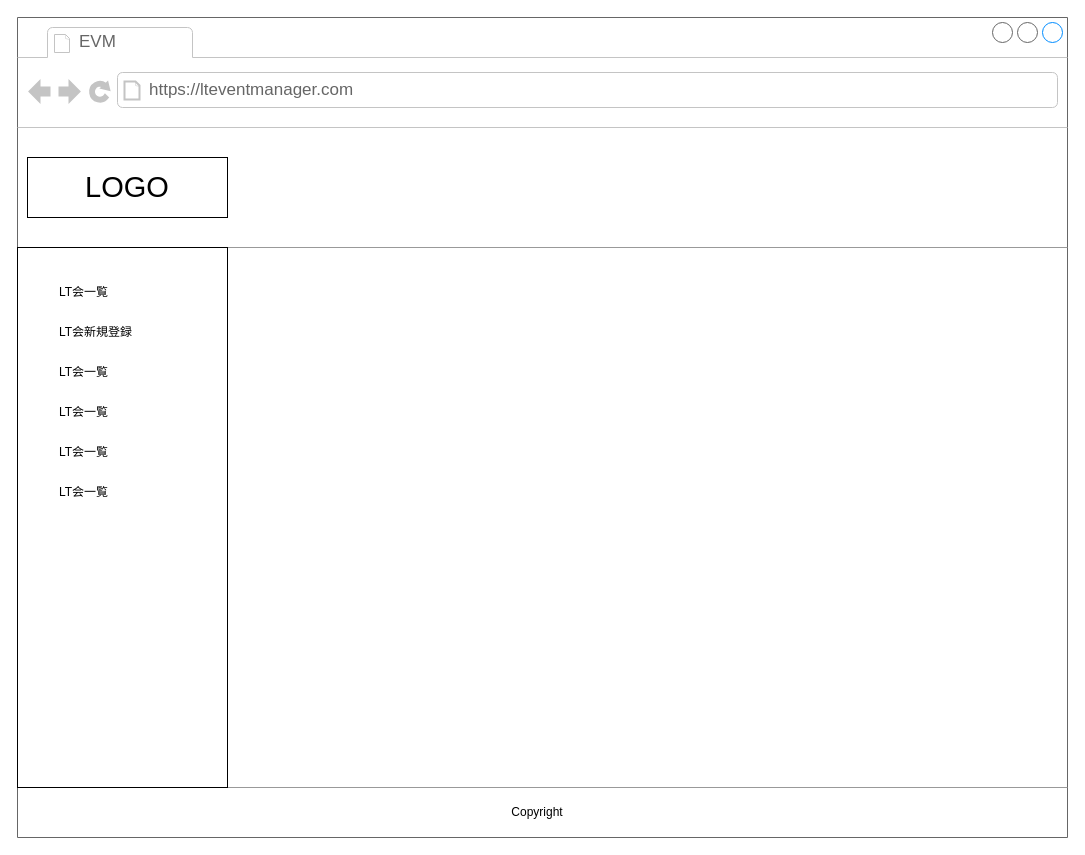
Before: documents/名称未設定ファイル.drawio in dt-torachan/lteventmanager, a draw.io diagram. Source tidied: cells renumbered, new cells numbered last; positions are measured from the earlier drawing's top-left corner, leaving out a move shared by most shapes. Both pictures are drawn from the tidied source at 100%, with x=0, y=0 at pixel (17, 17).
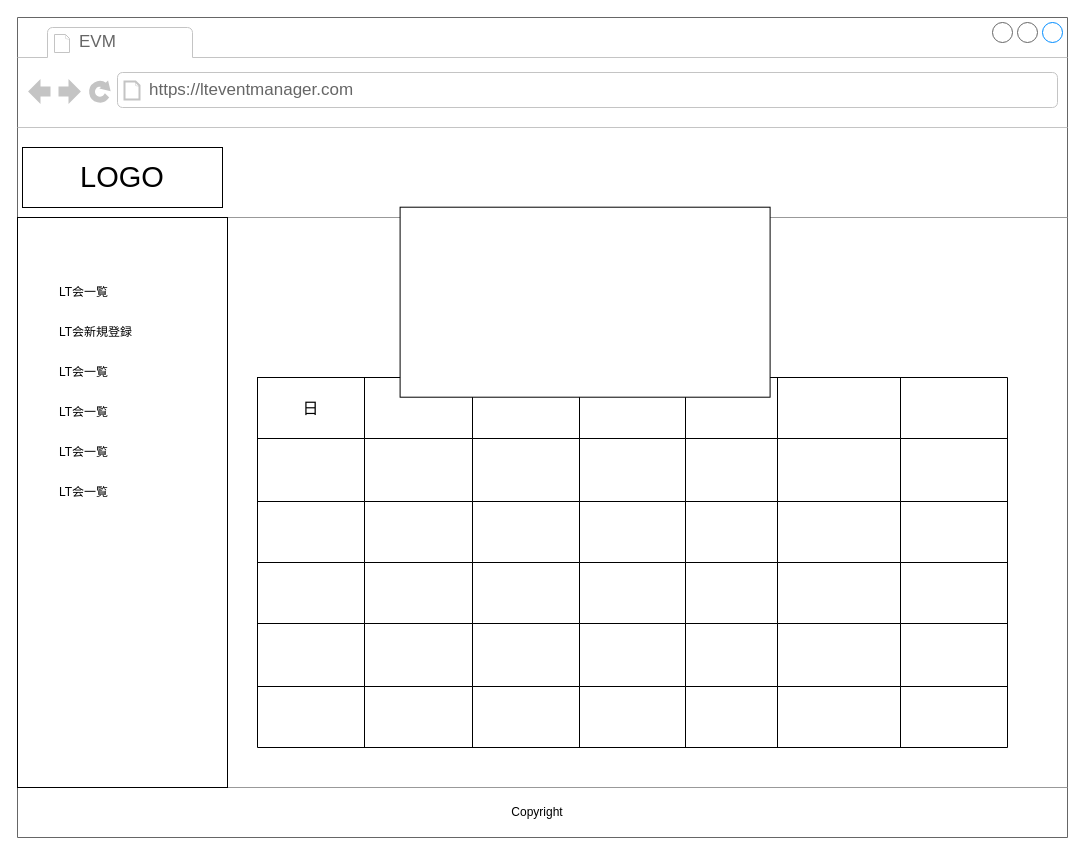
The same diagram, later.

Commit message:
名称未設定ファイル.drawio を更新します

Unchanged cells that the change refers to:
```xml
<mxCell id="2" style="strokeWidth=1;shadow=0;dashed=0;align=center;html=1;shape=mxgraph.mockup.containers.browserWindow;rSize=0;strokeColor=#666666;mainText=,;rounded=0;labelBackgroundColor=none;fontFamily=Verdana;fontSize=12;" parent="1" vertex="1">
  <mxGeometry width="1050" height="820" as="geometry" />
</mxCell>
```

Change to the diagram source:
```diff
@@
+    <mxCell id="16" style="shape=table;startSize=0;childLayout=tableLayout;fontSize=16;" parent="1" vertex="1">
+      <mxGeometry x="240" y="360" width="750" height="370" as="geometry" />
+    </mxCell>
+    <mxCell id="17" style="shape=tableRow;horizontal=0;startSize=0;swimlaneHead=0;swimlaneBody=0;strokeColor=inherit;top=0;left=0;bottom=0;right=0;fillColor=none;fontSize=16;" parent="16" vertex="1">
+      <mxGeometry width="750" height="61" as="geometry" />
+    </mxCell>
+    <mxCell id="18" value="日" style="shape=partialRectangle;html=1;whiteSpace=wrap;strokeColor=inherit;overflow=hidden;fillColor=none;top=0;left=0;bottom=0;right=0;fontSize=16;" parent="17" vertex="1">
+      <mxGeometry width="107" height="61" as="geometry" />
+    </mxCell>
+    <mxCell id="19" style="shape=partialRectangle;html=1;whiteSpace=wrap;strokeColor=inherit;overflow=hidden;fillColor=none;top=0;left=0;bottom=0;right=0;fontSize=16;" parent="17" vertex="1">
+      <mxGeometry x="107" width="108" height="61" as="geometry" />
+    </mxCell>
+    <mxCell id="20" style="shape=partialRectangle;html=1;whiteSpace=wrap;strokeColor=inherit;overflow=hidden;fillColor=none;top=0;left=0;bottom=0;right=0;fontSize=16;" parent="17" vertex="1">
+      <mxGeometry x="215" width="107" height="61" as="geometry" />
+    </mxCell>
+    <mxCell id="21" style="shape=partialRectangle;html=1;whiteSpace=wrap;strokeColor=inherit;overflow=hidden;fillColor=none;top=0;left=0;bottom=0;right=0;fontSize=16;" parent="17" vertex="1">
+      <mxGeometry x="322" width="106" height="61" as="geometry" />
+    </mxCell>
+    <mxCell id="22" style="shape=partialRectangle;html=1;whiteSpace=wrap;strokeColor=inherit;overflow=hidden;fillColor=none;top=0;left=0;bottom=0;right=0;fontSize=16;" parent="17" vertex="1">
+      <mxGeometry x="428" width="92" height="61" as="geometry" />
+    </mxCell>
+    <mxCell id="23" style="shape=partialRectangle;html=1;whiteSpace=wrap;strokeColor=inherit;overflow=hidden;fillColor=none;top=0;left=0;bottom=0;right=0;fontSize=16;" parent="17" vertex="1">
+      <mxGeometry x="520" width="123" height="61" as="geometry" />
+    </mxCell>
+    <mxCell id="24" style="shape=partialRectangle;html=1;whiteSpace=wrap;strokeColor=inherit;overflow=hidden;fillColor=none;top=0;left=0;bottom=0;right=0;fontSize=16;" parent="17" vertex="1">
+      <mxGeometry x="643" width="107" height="61" as="geometry" />
+    </mxCell>
+    <mxCell id="25" style="shape=tableRow;horizontal=0;startSize=0;swimlaneHead=0;swimlaneBody=0;strokeColor=inherit;top=0;left=0;bottom=0;right=0;fillColor=none;fontSize=16;" parent="16" vertex="1">
+      <mxGeometry y="61" width="750" height="63" as="geometry" />
+    </mxCell>
+    <mxCell id="26" style="shape=partialRectangle;html=1;whiteSpace=wrap;strokeColor=inherit;overflow=hidden;fillColor=none;top=0;left=0;bottom=0;right=0;fontSize=16;" parent="25" vertex="1">
+      <mxGeometry width="107" height="63" as="geometry" />
+    </mxCell>
+    <mxCell id="27" style="shape=partialRectangle;html=1;whiteSpace=wrap;strokeColor=inherit;overflow=hidden;fillColor=none;top=0;left=0;bottom=0;right=0;fontSize=16;" parent="25" vertex="1">
+      <mxGeometry x="107" width="108" height="63" as="geometry" />
+    </mxCell>
+    <mxCell id="28" style="shape=partialRectangle;html=1;whiteSpace=wrap;strokeColor=inherit;overflow=hidden;fillColor=none;top=0;left=0;bottom=0;right=0;fontSize=16;" parent="25" vertex="1">
+      <mxGeometry x="215" width="107" height="63" as="geometry" />
+    </mxCell>
+    <mxCell id="29" style="shape=partialRectangle;html=1;whiteSpace=wrap;strokeColor=inherit;overflow=hidden;fillColor=none;top=0;left=0;bottom=0;right=0;fontSize=16;" parent="25" vertex="1">
+      <mxGeometry x="322" width="106" height="63" as="geometry" />
+    </mxCell>
+    <mxCell id="30" style="shape=partialRectangle;html=1;whiteSpace=wrap;strokeColor=inherit;overflow=hidden;fillColor=none;top=0;left=0;bottom=0;right=0;fontSize=16;" parent="25" vertex="1">
+      <mxGeometry x="428" width="92" height="63" as="geometry" />
+    </mxCell>
+    <mxCell id="31" style="shape=partialRectangle;html=1;whiteSpace=wrap;strokeColor=inherit;overflow=hidden;fillColor=none;top=0;left=0;bottom=0;right=0;fontSize=16;" parent="25" vertex="1">
+      <mxGeometry x="520" width="123" height="63" as="geometry" />
+    </mxCell>
+    <mxCell id="32" style="shape=partialRectangle;html=1;whiteSpace=wrap;strokeColor=inherit;overflow=hidden;fillColor=none;top=0;left=0;bottom=0;right=0;fontSize=16;" parent="25" vertex="1">
+      <mxGeometry x="643" width="107" height="63" as="geometry" />
+    </mxCell>
+    <mxCell id="33" style="shape=tableRow;horizontal=0;startSize=0;swimlaneHead=0;swimlaneBody=0;strokeColor=inherit;top=0;left=0;bottom=0;right=0;fillColor=none;fontSize=16;" parent="16" vertex="1">
+      <mxGeometry y="124" width="750" height="61" as="geometry" />
+    </mxCell>
+    <mxCell id="34" style="shape=partialRectangle;html=1;whiteSpace=wrap;strokeColor=inherit;overflow=hidden;fillColor=none;top=0;left=0;bottom=0;right=0;fontSize=16;" parent="33" vertex="1">
+      <mxGeometry width="107" height="61" as="geometry" />
+    </mxCell>
+    <mxCell id="35" style="shape=partialRectangle;html=1;whiteSpace=wrap;strokeColor=inherit;overflow=hidden;fillColor=none;top=0;left=0;bottom=0;right=0;fontSize=16;" parent="33" vertex="1">
+      <mxGeometry x="107" width="108" height="61" as="geometry" />
+    </mxCell>
+    <mxCell id="36" style="shape=partialRectangle;html=1;whiteSpace=wrap;strokeColor=inherit;overflow=hidden;fillColor=none;top=0;left=0;bottom=0;right=0;fontSize=16;" parent="33" vertex="1">
+      <mxGeometry x="215" width="107" height="61" as="geometry" />
+    </mxCell>
+    <mxCell id="37" style="shape=partialRectangle;html=1;whiteSpace=wrap;strokeColor=inherit;overflow=hidden;fillColor=none;top=0;left=0;bottom=0;right=0;fontSize=16;" parent="33" vertex="1">
+      <mxGeometry x="322" width="106" height="61" as="geometry" />
+    </mxCell>
+    <mxCell id="38" style="shape=partialRectangle;html=1;whiteSpace=wrap;strokeColor=inherit;overflow=hidden;fillColor=none;top=0;left=0;bottom=0;right=0;fontSize=16;" parent="33" vertex="1">
+      <mxGeometry x="428" width="92" height="61" as="geometry" />
+    </mxCell>
+    <mxCell id="39" style="shape=partialRectangle;html=1;whiteSpace=wrap;strokeColor=inherit;overflow=hidden;fillColor=none;top=0;left=0;bottom=0;right=0;fontSize=16;" parent="33" vertex="1">
+      <mxGeometry x="520" width="123" height="61" as="geometry" />
+    </mxCell>
+    <mxCell id="40" style="shape=partialRectangle;html=1;whiteSpace=wrap;strokeColor=inherit;overflow=hidden;fillColor=none;top=0;left=0;bottom=0;right=0;fontSize=16;" parent="33" vertex="1">
+      <mxGeometry x="643" width="107" height="61" as="geometry" />
+    </mxCell>
+    <mxCell id="41" style="shape=tableRow;horizontal=0;startSize=0;swimlaneHead=0;swimlaneBody=0;strokeColor=inherit;top=0;left=0;bottom=0;right=0;fillColor=none;fontSize=16;" parent="16" vertex="1">
+      <mxGeometry y="185" width="750" height="61" as="geometry" />
+    </mxCell>
+    <mxCell id="42" style="shape=partialRectangle;html=1;whiteSpace=wrap;strokeColor=inherit;overflow=hidden;fillColor=none;top=0;left=0;bottom=0;right=0;fontSize=16;" parent="41" vertex="1">
+      <mxGeometry width="107" height="61" as="geometry" />
+    </mxCell>
+    <mxCell id="43" style="shape=partialRectangle;html=1;whiteSpace=wrap;strokeColor=inherit;overflow=hidden;fillColor=none;top=0;left=0;bottom=0;right=0;fontSize=16;" parent="41" vertex="1">
+      <mxGeometry x="107" width="108" height="61" as="geometry" />
+    </mxCell>
+    <mxCell id="44" style="shape=partialRectangle;html=1;whiteSpace=wrap;strokeColor=inherit;overflow=hidden;fillColor=none;top=0;left=0;bottom=0;right=0;fontSize=16;" parent="41" vertex="1">
+      <mxGeometry x="215" width="107" height="61" as="geometry" />
+    </mxCell>
+    <mxCell id="45" style="shape=partialRectangle;html=1;whiteSpace=wrap;strokeColor=inherit;overflow=hidden;fillColor=none;top=0;left=0;bottom=0;right=0;fontSize=16;" parent="41" vertex="1">
+      <mxGeometry x="322" width="106" height="61" as="geometry" />
+    </mxCell>
+    <mxCell id="46" style="shape=partialRectangle;html=1;whiteSpace=wrap;strokeColor=inherit;overflow=hidden;fillColor=none;top=0;left=0;bottom=0;right=0;fontSize=16;" parent="41" vertex="1">
+      <mxGeometry x="428" width="92" height="61" as="geometry" />
+    </mxCell>
+    <mxCell id="47" style="shape=partialRectangle;html=1;whiteSpace=wrap;strokeColor=inherit;overflow=hidden;fillColor=none;top=0;left=0;bottom=0;right=0;fontSize=16;" parent="41" vertex="1">
+      <mxGeometry x="520" width="123" height="61" as="geometry" />
+    </mxCell>
+    <mxCell id="48" style="shape=partialRectangle;html=1;whiteSpace=wrap;strokeColor=inherit;overflow=hidden;fillColor=none;top=0;left=0;bottom=0;right=0;fontSize=16;" parent="41" vertex="1">
+      <mxGeometry x="643" width="107" height="61" as="geometry" />
+    </mxCell>
+    <mxCell id="49" style="shape=tableRow;horizontal=0;startSize=0;swimlaneHead=0;swimlaneBody=0;strokeColor=inherit;top=0;left=0;bottom=0;right=0;fillColor=none;fontSize=16;" parent="16" vertex="1">
+      <mxGeometry y="246" width="750" height="63" as="geometry" />
+    </mxCell>
+    <mxCell id="50" style="shape=partialRectangle;html=1;whiteSpace=wrap;strokeColor=inherit;overflow=hidden;fillColor=none;top=0;left=0;bottom=0;right=0;fontSize=16;" parent="49" vertex="1">
+      <mxGeometry width="107" height="63" as="geometry" />
+    </mxCell>
+    <mxCell id="51" style="shape=partialRectangle;html=1;whiteSpace=wrap;strokeColor=inherit;overflow=hidden;fillColor=none;top=0;left=0;bottom=0;right=0;fontSize=16;" parent="49" vertex="1">
+      <mxGeometry x="107" width="108" height="63" as="geometry" />
+    </mxCell>
+    <mxCell id="52" style="shape=partialRectangle;html=1;whiteSpace=wrap;strokeColor=inherit;overflow=hidden;fillColor=none;top=0;left=0;bottom=0;right=0;fontSize=16;" parent="49" vertex="1">
+      <mxGeometry x="215" width="107" height="63" as="geometry" />
+    </mxCell>
+    <mxCell id="53" style="shape=partialRectangle;html=1;whiteSpace=wrap;strokeColor=inherit;overflow=hidden;fillColor=none;top=0;left=0;bottom=0;right=0;fontSize=16;" parent="49" vertex="1">
+      <mxGeometry x="322" width="106" height="63" as="geometry" />
+    </mxCell>
+    <mxCell id="54" style="shape=partialRectangle;html=1;whiteSpace=wrap;strokeColor=inherit;overflow=hidden;fillColor=none;top=0;left=0;bottom=0;right=0;fontSize=16;" parent="49" vertex="1">
+      <mxGeometry x="428" width="92" height="63" as="geometry" />
+    </mxCell>
+    <mxCell id="55" style="shape=partialRectangle;html=1;whiteSpace=wrap;strokeColor=inherit;overflow=hidden;fillColor=none;top=0;left=0;bottom=0;right=0;fontSize=16;" parent="49" vertex="1">
+      <mxGeometry x="520" width="123" height="63" as="geometry" />
+    </mxCell>
+    <mxCell id="56" style="shape=partialRectangle;html=1;whiteSpace=wrap;strokeColor=inherit;overflow=hidden;fillColor=none;top=0;left=0;bottom=0;right=0;fontSize=16;" parent="49" vertex="1">
+      <mxGeometry x="643" width="107" height="63" as="geometry" />
+    </mxCell>
+    <mxCell id="57" style="shape=tableRow;horizontal=0;startSize=0;swimlaneHead=0;swimlaneBody=0;strokeColor=inherit;top=0;left=0;bottom=0;right=0;fillColor=none;fontSize=16;" parent="16" vertex="1">
+      <mxGeometry y="309" width="750" height="61" as="geometry" />
+    </mxCell>
+    <mxCell id="58" style="shape=partialRectangle;html=1;whiteSpace=wrap;strokeColor=inherit;overflow=hidden;fillColor=none;top=0;left=0;bottom=0;right=0;fontSize=16;" parent="57" vertex="1">
+      <mxGeometry width="107" height="61" as="geometry" />
+    </mxCell>
+    <mxCell id="59" style="shape=partialRectangle;html=1;whiteSpace=wrap;strokeColor=inherit;overflow=hidden;fillColor=none;top=0;left=0;bottom=0;right=0;fontSize=16;" parent="57" vertex="1">
+      <mxGeometry x="107" width="108" height="61" as="geometry" />
+    </mxCell>
+    <mxCell id="60" style="shape=partialRectangle;html=1;whiteSpace=wrap;strokeColor=inherit;overflow=hidden;fillColor=none;top=0;left=0;bottom=0;right=0;fontSize=16;" parent="57" vertex="1">
+      <mxGeometry x="215" width="107" height="61" as="geometry" />
+    </mxCell>
+    <mxCell id="61" style="shape=partialRectangle;html=1;whiteSpace=wrap;strokeColor=inherit;overflow=hidden;fillColor=none;top=0;left=0;bottom=0;right=0;fontSize=16;" parent="57" vertex="1">
+      <mxGeometry x="322" width="106" height="61" as="geometry" />
+    </mxCell>
+    <mxCell id="62" style="shape=partialRectangle;html=1;whiteSpace=wrap;strokeColor=inherit;overflow=hidden;fillColor=none;top=0;left=0;bottom=0;right=0;fontSize=16;" parent="57" vertex="1">
+      <mxGeometry x="428" width="92" height="61" as="geometry" />
+    </mxCell>
+    <mxCell id="63" style="shape=partialRectangle;html=1;whiteSpace=wrap;strokeColor=inherit;overflow=hidden;fillColor=none;top=0;left=0;bottom=0;right=0;fontSize=16;" parent="57" vertex="1">
+      <mxGeometry x="520" width="123" height="61" as="geometry" />
+    </mxCell>
+    <mxCell id="64" style="shape=partialRectangle;html=1;whiteSpace=wrap;strokeColor=inherit;overflow=hidden;fillColor=none;top=0;left=0;bottom=0;right=0;fontSize=16;" parent="57" vertex="1">
+      <mxGeometry x="643" width="107" height="61" as="geometry" />
+    </mxCell>
-    <mxCell id="3" value="EVM" style="strokeWidth=1;shadow=0;dashed=0;align=center;html=1;shape=mxgraph.mockup.containers.anchor;fontSize=17;fontColor=#666666;align=left;" parent="2" vertex="1">
+    <mxCell id="3" value="EVM" style="strokeWidth=1;shadow=0;dashed=0;align=center;html=1;shape=mxgraph.mockup.containers.anchor;fontSize=17;fontColor=#666666;align=left;" parent="1" vertex="1">
       <mxGeometry x="60" y="12" width="110" height="26" as="geometry" />
     </mxCell>
-    <mxCell id="4" value="https://lteventmanager.com" style="strokeWidth=1;shadow=0;dashed=0;align=center;html=1;shape=mxgraph.mockup.containers.anchor;rSize=0;fontSize=17;fontColor=#666666;align=left;" parent="2" vertex="1">
+    <mxCell id="4" value="https://lteventmanager.com" style="strokeWidth=1;shadow=0;dashed=0;align=center;html=1;shape=mxgraph.mockup.containers.anchor;rSize=0;fontSize=17;fontColor=#666666;align=left;" parent="1" vertex="1">
       <mxGeometry x="130" y="60" width="250" height="26" as="geometry" />
     </mxCell>
-    <mxCell id="5" style="verticalLabelPosition=bottom;shadow=0;dashed=0;align=center;html=1;verticalAlign=top;strokeWidth=1;shape=mxgraph.mockup.markup.line;strokeColor=#999999;rounded=0;labelBackgroundColor=none;fillColor=#ffffff;fontFamily=Verdana;fontSize=12;fontColor=#000000;" parent="2" vertex="1">
-      <mxGeometry y="220" width="1050" height="20" as="geometry" />
+    <mxCell id="5" style="verticalLabelPosition=bottom;shadow=0;dashed=0;align=center;html=1;verticalAlign=top;strokeWidth=1;shape=mxgraph.mockup.markup.line;strokeColor=#999999;rounded=0;labelBackgroundColor=none;fillColor=#ffffff;fontFamily=Verdana;fontSize=12;fontColor=#000000;" parent="1" vertex="1">
+      <mxGeometry y="190" width="1050" height="20" as="geometry" />
     </mxCell>
-    <mxCell id="6" style="verticalLabelPosition=bottom;shadow=0;dashed=0;align=center;html=1;verticalAlign=top;strokeWidth=1;shape=mxgraph.mockup.markup.line;strokeColor=#999999;rounded=0;labelBackgroundColor=none;fillColor=#ffffff;fontFamily=Verdana;fontSize=12;fontColor=#000000;" parent="2" vertex="1">
+    <mxCell id="6" style="verticalLabelPosition=bottom;shadow=0;dashed=0;align=center;html=1;verticalAlign=top;strokeWidth=1;shape=mxgraph.mockup.markup.line;strokeColor=#999999;rounded=0;labelBackgroundColor=none;fillColor=#ffffff;fontFamily=Verdana;fontSize=12;fontColor=#000000;" parent="1" vertex="1">
       <mxGeometry y="760" width="1050" height="20" as="geometry" />
     </mxCell>
-    <mxCell id="7" value="LOGO" style="rounded=0;whiteSpace=wrap;html=1;fontSize=29;" parent="2" vertex="1">
-      <mxGeometry x="10" y="140" width="200" height="60" as="geometry" />
+    <mxCell id="7" value="LOGO" style="rounded=0;whiteSpace=wrap;html=1;fontSize=29;" parent="1" vertex="1">
+      <mxGeometry x="5" y="130" width="200" height="60" as="geometry" />
     </mxCell>
-    <mxCell id="8" value="Copyright" style="text;html=1;strokeColor=none;fillColor=none;align=center;verticalAlign=middle;whiteSpace=wrap;rounded=0;" parent="2" vertex="1">
+    <mxCell id="8" value="Copyright" style="text;html=1;strokeColor=none;fillColor=none;align=center;verticalAlign=middle;whiteSpace=wrap;rounded=0;" parent="1" vertex="1">
       <mxGeometry x="490" y="780" width="60" height="30" as="geometry" />
     </mxCell>
-    <mxCell id="9" style="rounded=0;whiteSpace=wrap;html=1;" parent="2" vertex="1">
-      <mxGeometry y="230" width="210" height="540" as="geometry" />
+    <mxCell id="9" style="rounded=0;whiteSpace=wrap;html=1;" parent="1" vertex="1">
+      <mxGeometry y="200" width="210" height="570" as="geometry" />
     </mxCell>
-    <mxCell id="10" value="LT会一覧" style="text;html=1;strokeColor=none;fillColor=none;align=left;verticalAlign=middle;whiteSpace=wrap;rounded=0;" parent="2" vertex="1">
+    <mxCell id="10" value="LT会一覧" style="text;html=1;strokeColor=none;fillColor=none;align=left;verticalAlign=middle;whiteSpace=wrap;rounded=0;" parent="1" vertex="1">
       <mxGeometry x="40" y="260" width="130" height="30" as="geometry" />
     </mxCell>
-    <mxCell id="11" value="LT会新規登録" style="text;html=1;strokeColor=none;fillColor=none;align=left;verticalAlign=middle;whiteSpace=wrap;rounded=0;" parent="2" vertex="1">
+    <mxCell id="11" value="LT会新規登録" style="text;html=1;strokeColor=none;fillColor=none;align=left;verticalAlign=middle;whiteSpace=wrap;rounded=0;" parent="1" vertex="1">
       <mxGeometry x="40" y="300" width="130" height="30" as="geometry" />
     </mxCell>
-    <mxCell id="12" value="LT会一覧" style="text;html=1;strokeColor=none;fillColor=none;align=left;verticalAlign=middle;whiteSpace=wrap;rounded=0;" parent="2" vertex="1">
+    <mxCell id="12" value="LT会一覧" style="text;html=1;strokeColor=none;fillColor=none;align=left;verticalAlign=middle;whiteSpace=wrap;rounded=0;" parent="1" vertex="1">
       <mxGeometry x="40" y="340" width="130" height="30" as="geometry" />
     </mxCell>
-    <mxCell id="13" value="LT会一覧" style="text;html=1;strokeColor=none;fillColor=none;align=left;verticalAlign=middle;whiteSpace=wrap;rounded=0;" parent="2" vertex="1">
+    <mxCell id="13" value="LT会一覧" style="text;html=1;strokeColor=none;fillColor=none;align=left;verticalAlign=middle;whiteSpace=wrap;rounded=0;" parent="1" vertex="1">
       <mxGeometry x="40" y="380" width="130" height="30" as="geometry" />
     </mxCell>
-    <mxCell id="14" value="LT会一覧" style="text;html=1;strokeColor=none;fillColor=none;align=left;verticalAlign=middle;whiteSpace=wrap;rounded=0;" parent="2" vertex="1">
+    <mxCell id="14" value="LT会一覧" style="text;html=1;strokeColor=none;fillColor=none;align=left;verticalAlign=middle;whiteSpace=wrap;rounded=0;" parent="1" vertex="1">
       <mxGeometry x="40" y="420" width="130" height="30" as="geometry" />
     </mxCell>
-    <mxCell id="15" value="LT会一覧" style="text;html=1;strokeColor=none;fillColor=none;align=left;verticalAlign=middle;whiteSpace=wrap;rounded=0;" parent="2" vertex="1">
+    <mxCell id="15" value="LT会一覧" style="text;html=1;strokeColor=none;fillColor=none;align=left;verticalAlign=middle;whiteSpace=wrap;rounded=0;" parent="1" vertex="1">
       <mxGeometry x="40" y="460" width="130" height="30" as="geometry" />
     </mxCell>
+    <mxCell id="65" style="whiteSpace=wrap;html=1;fontSize=16;rotation=0;" parent="1" vertex="1">
+      <mxGeometry x="382.6" y="189.7" width="370" height="190" as="geometry" />
+    </mxCell>
```
